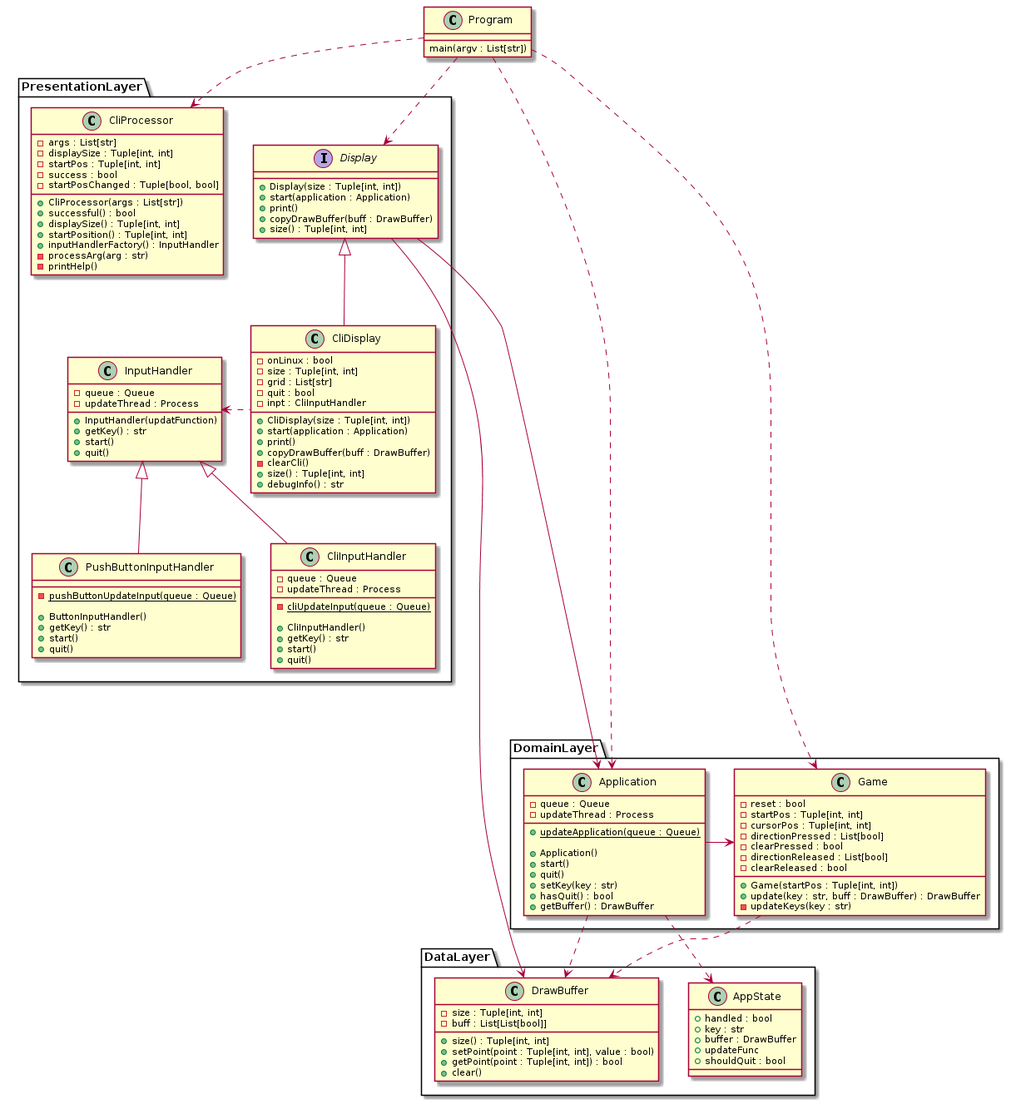
Earlier version of the PlantUML export hw02/docs/etch-a-sketch-class.png (blueOkiris/EmbeddedLinuxClass).
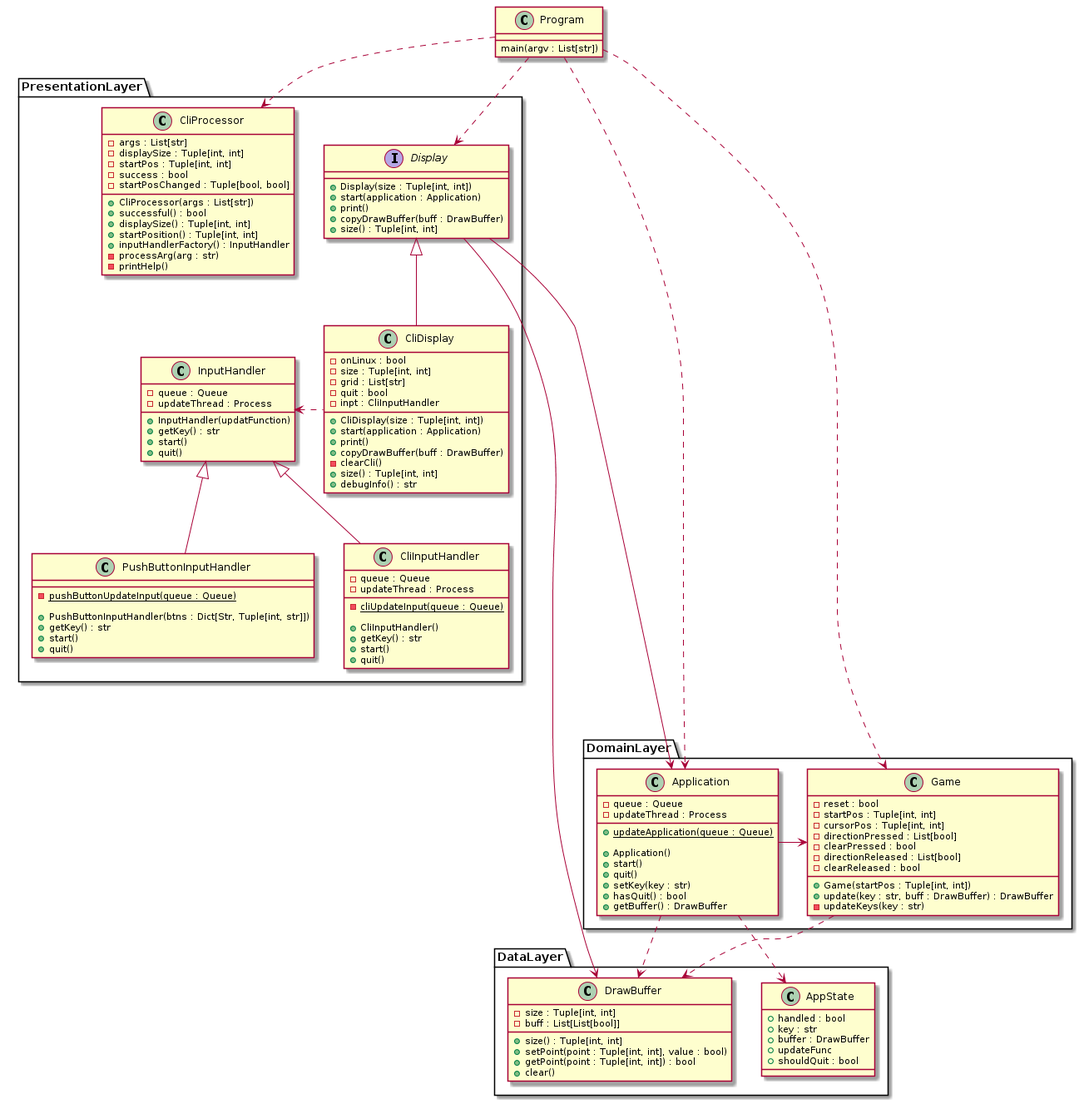
Above is the later version.

Commit message:
Updated class diagram

What changed in the source:
```diff
@@ -58,7 +58,7 @@
     class PushButtonInputHandler {
         - {static} pushButtonUpdateInput(queue : Queue)
 
-        + ButtonInputHandler()
+        + PushButtonInputHandler(btns : Dict[Str, Tuple[int, str]])
         + getKey() : str
         + start()
         + quit()
```
